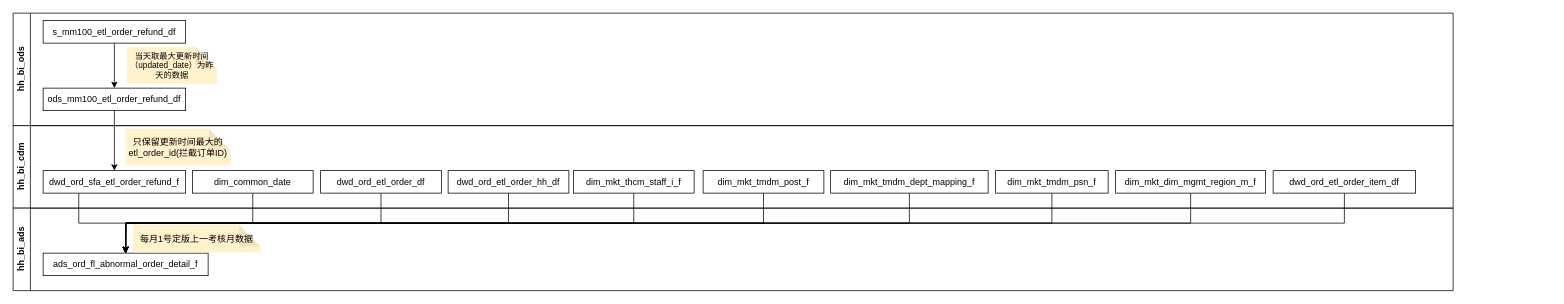
ztacode/drawio keeps this draw.io diagram as SAW飞轮拦截(新).drawio. Above is the earlier version. Source tidied: cells renumbered, new cells numbered last; positions are measured from the earlier drawing's top-left corner, leaving out a move shared by most shapes. Both pictures are drawn from the tidied source at 75%, with x=0, y=0 at pixel (13, 13).
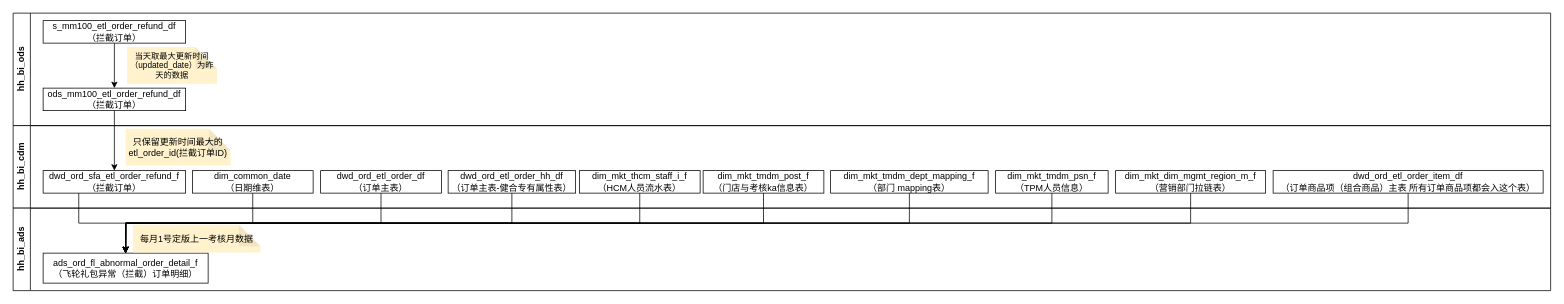
The same diagram, later.

Commit message:
更新SAW飞轮拦截(新).drawio

The edit, as a diff of the source:
```diff
@@
     <mxCell id="2" value="hh_bi_ods" style="swimlane;horizontal=0;whiteSpace=wrap;html=1;startSize=23;" parent="1" vertex="1">
-      <mxGeometry width="1920" height="150" as="geometry" />
+      <mxGeometry width="2050" height="150" as="geometry" />
     </mxCell>
@@
-    <mxCell id="4" value="s_mm100_etl_order_refund_df" style="rounded=0;whiteSpace=wrap;html=1;" parent="2" vertex="1">
+    <mxCell id="4" value="s_mm100_etl_order_refund_df&lt;br&gt;（拦截订单）" style="rounded=0;whiteSpace=wrap;html=1;" parent="2" vertex="1">
       <mxGeometry x="40" y="10" width="190" height="30" as="geometry" />
     </mxCell>
-    <mxCell id="5" value="ods_mm100_etl_order_refund_df" style="rounded=0;whiteSpace=wrap;html=1;" parent="2" vertex="1">
+    <mxCell id="5" value="ods_mm100_etl_order_refund_df&lt;br&gt;（拦截订单）" style="rounded=0;whiteSpace=wrap;html=1;" parent="2" vertex="1">
       <mxGeometry x="40" y="100" width="190" height="30" as="geometry" />
     </mxCell>
@@
     <mxCell id="7" value="hh_bi_cdm" style="swimlane;horizontal=0;whiteSpace=wrap;html=1;startSize=23;" parent="1" vertex="1">
-      <mxGeometry y="150" width="1920" height="110" as="geometry" />
+      <mxGeometry y="150" width="2050" height="110" as="geometry" />
     </mxCell>
-    <mxCell id="8" value="dwd_ord_sfa_etl_order_refund_f" style="rounded=0;whiteSpace=wrap;html=1;" parent="7" vertex="1">
+    <mxCell id="8" value="dwd_ord_sfa_etl_order_refund_f&lt;br&gt;（拦截订单）" style="rounded=0;whiteSpace=wrap;html=1;" parent="7" vertex="1">
       <mxGeometry x="40" y="60" width="190" height="30" as="geometry" />
     </mxCell>
@@
-    <mxCell id="11" value="&lt;a name=&quot;OLE_LINK1&quot;&gt;dim_common_date&lt;/a&gt;" style="rounded=0;whiteSpace=wrap;html=1;" parent="7" vertex="1">
+    <mxCell id="11" value="&lt;a name=&quot;OLE_LINK1&quot;&gt;dim_common_date&lt;br&gt;（日期维表）&lt;br&gt;&lt;/a&gt;" style="rounded=0;whiteSpace=wrap;html=1;" parent="7" vertex="1">
       <mxGeometry x="239" y="60" width="161" height="30" as="geometry" />
     </mxCell>
@@
-    <mxCell id="13" value="&lt;a name=&quot;OLE_LINK1&quot;&gt;dwd_ord_etl_order_df&lt;/a&gt;" style="rounded=0;whiteSpace=wrap;html=1;" parent="7" vertex="1">
+    <mxCell id="13" value="&lt;a name=&quot;OLE_LINK1&quot;&gt;dwd_ord_etl_order_df&lt;br&gt;（订单主表）&lt;br&gt;&lt;/a&gt;" style="rounded=0;whiteSpace=wrap;html=1;" parent="7" vertex="1">
       <mxGeometry x="410" y="60" width="161" height="30" as="geometry" />
     </mxCell>
-    <mxCell id="14" value="&lt;a name=&quot;OLE_LINK1&quot;&gt;dwd_ord_etl_order_hh_df&lt;/a&gt;" style="rounded=0;whiteSpace=wrap;html=1;" parent="7" vertex="1">
-      <mxGeometry x="580" y="60" width="161" height="30" as="geometry" />
+    <mxCell id="14" value="&lt;a name=&quot;OLE_LINK1&quot;&gt;dwd_ord_etl_order_hh_df&lt;br&gt;（订单主表-健合专有属性表）&lt;br&gt;&lt;/a&gt;" style="rounded=0;whiteSpace=wrap;html=1;" parent="7" vertex="1">
+      <mxGeometry x="580" y="60" width="170" height="30" as="geometry" />
     </mxCell>
-    <mxCell id="15" value="&lt;a name=&quot;OLE_LINK1&quot;&gt;dim_mkt_thcm_staff_i_f&lt;/a&gt;" style="rounded=0;whiteSpace=wrap;html=1;" parent="7" vertex="1">
-      <mxGeometry x="747" y="60" width="161" height="30" as="geometry" />
+    <mxCell id="15" value="&lt;a name=&quot;OLE_LINK1&quot;&gt;dim_mkt_thcm_staff_i_f&lt;br&gt;（HCM人员流水表）&lt;br&gt;&lt;/a&gt;" style="rounded=0;whiteSpace=wrap;html=1;" parent="7" vertex="1">
+      <mxGeometry x="755" y="60" width="161" height="30" as="geometry" />
     </mxCell>
-    <mxCell id="16" value="&lt;a name=&quot;OLE_LINK1&quot;&gt;dim_mkt_tmdm_post_f&lt;/a&gt;" style="rounded=0;whiteSpace=wrap;html=1;" parent="7" vertex="1">
+    <mxCell id="16" value="&lt;a name=&quot;OLE_LINK1&quot;&gt;dim_mkt_tmdm_post_f&lt;br&gt;（门店与考核ka信息表）&lt;br&gt;&lt;/a&gt;" style="rounded=0;whiteSpace=wrap;html=1;" parent="7" vertex="1">
       <mxGeometry x="920" y="60" width="161" height="30" as="geometry" />
     </mxCell>
-    <mxCell id="17" value="&lt;a name=&quot;OLE_LINK1&quot;&gt;dim_mkt_tmdm_dept_mapping_f&lt;/a&gt;" style="rounded=0;whiteSpace=wrap;html=1;" parent="7" vertex="1">
+    <mxCell id="17" value="&lt;a name=&quot;OLE_LINK1&quot;&gt;dim_mkt_tmdm_dept_mapping_f&lt;br&gt;（部门 mapping表）&lt;br&gt;&lt;/a&gt;" style="rounded=0;whiteSpace=wrap;html=1;" parent="7" vertex="1">
       <mxGeometry x="1090" y="60" width="210" height="30" as="geometry" />
     </mxCell>
-    <mxCell id="18" value="&lt;a name=&quot;OLE_LINK1&quot;&gt;dim_mkt_tmdm_psn_f&lt;/a&gt;" style="rounded=0;whiteSpace=wrap;html=1;" parent="7" vertex="1">
+    <mxCell id="18" value="&lt;a name=&quot;OLE_LINK1&quot;&gt;dim_mkt_tmdm_psn_f&lt;br&gt;（TPM人员信息）&lt;br&gt;&lt;/a&gt;" style="rounded=0;whiteSpace=wrap;html=1;" parent="7" vertex="1">
       <mxGeometry x="1310" y="60" width="150" height="30" as="geometry" />
     </mxCell>
-    <mxCell id="19" value="&lt;a name=&quot;OLE_LINK1&quot;&gt;dim_mkt_dim_mgmt_region_m_f&lt;/a&gt;" style="rounded=0;whiteSpace=wrap;html=1;" parent="7" vertex="1">
+    <mxCell id="19" value="&lt;a name=&quot;OLE_LINK1&quot;&gt;dim_mkt_dim_mgmt_region_m_f&lt;br&gt;（营销部门拉链表）&lt;br&gt;&lt;/a&gt;" style="rounded=0;whiteSpace=wrap;html=1;" parent="7" vertex="1">
       <mxGeometry x="1470" y="60" width="200" height="30" as="geometry" />
     </mxCell>
@@
     <mxCell id="21" value="hh_bi_ads" style="swimlane;horizontal=0;whiteSpace=wrap;html=1;startSize=23;" parent="1" vertex="1">
-      <mxGeometry y="260" width="1920" height="110" as="geometry" />
+      <mxGeometry y="260" width="2050" height="110" as="geometry" />
     </mxCell>
-    <mxCell id="22" value="ads_ord_fl_abnormal_order_detail_f" style="rounded=0;whiteSpace=wrap;html=1;" parent="21" vertex="1">
-      <mxGeometry x="40" y="60" width="220" height="30" as="geometry" />
+    <mxCell id="22" value="ads_ord_fl_abnormal_order_detail_f&lt;br&gt;（飞轮礼包异常（拦截）订单明细）" style="rounded=0;whiteSpace=wrap;html=1;" parent="21" vertex="1">
+      <mxGeometry x="40" y="60" width="220" height="40" as="geometry" />
     </mxCell>
@@
-    <mxCell id="32" value="dwd_ord_etl_order_item_df" style="rounded=0;whiteSpace=wrap;html=1;" parent="1" vertex="1">
-      <mxGeometry x="1680" y="210" width="190" height="30" as="geometry" />
+    <mxCell id="32" value="dwd_ord_etl_order_item_df&lt;br&gt;（订单商品项（组合商品）主表 所有订单商品项都会入这个表）" style="rounded=0;whiteSpace=wrap;html=1;" parent="1" vertex="1">
+      <mxGeometry x="1680" y="210" width="360" height="30" as="geometry" />
     </mxCell>
```
